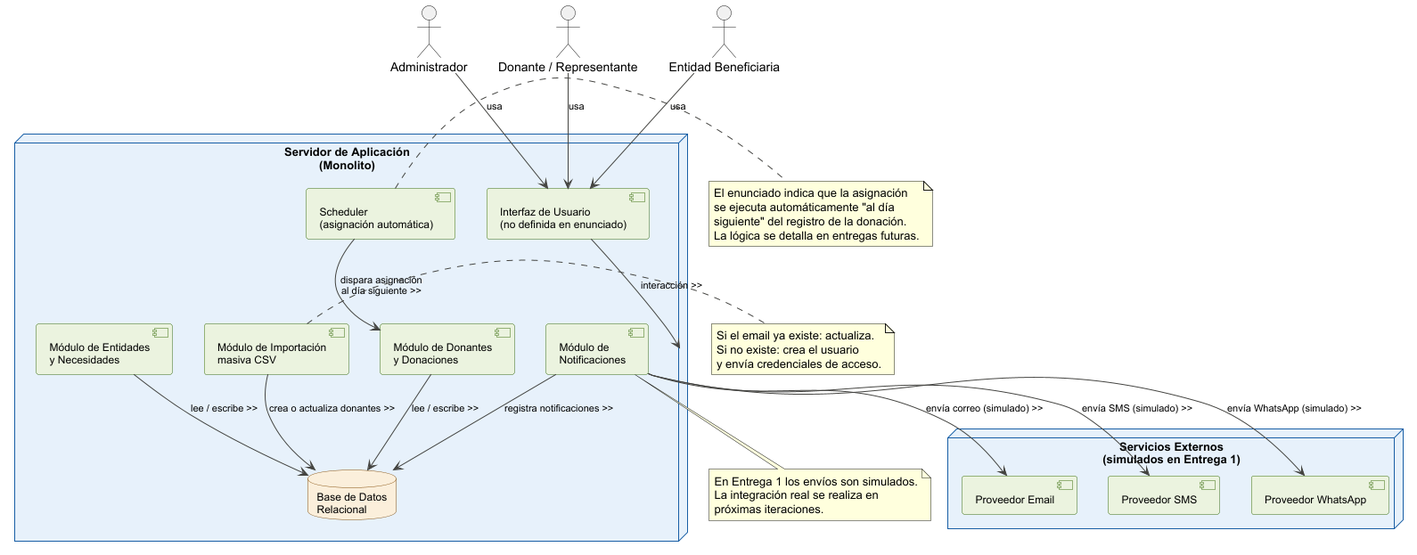
Earlier version of the PlantUML export Diagramas/diagramaDeDespliegue.png (snmaccio-dev/TPA-DDS). The source it was exported from:
```plantuml
@startuml

skinparam node {
  BackgroundColor #E6F1FB
  BorderColor #185FA5
  FontName Arial
  FontSize 13
}
skinparam component {
  BackgroundColor #EAF3DE
  BorderColor #3B6D11
  FontName Arial
  FontSize 12
}
skinparam database {
  BackgroundColor #FAEEDA
  BorderColor #854F0B
  FontName Arial
  FontSize 12
}
skinparam arrow {
  Color #444441
  FontName Arial
  FontSize 11
}

actor "Administrador" as admin
actor "Donante / Representante" as donante
actor "Entidad Beneficiaria" as beneficiaria


node "Servidor de Aplicación\n(Monolito)" as appserver {
component "Interfaz de Usuario\n(no definida en enunciado)" as ui
  component "Módulo de Donantes\ny Donaciones" as modDonaciones
  component "Módulo de Entidades\ny Necesidades" as modEntidades
  component "Módulo de Importación\nmasiva CSV" as modCSV
  component "Módulo de\nNotificaciones" as modNotif
  component "Scheduler\n(asignación automática)" as scheduler
  database "Base de Datos\nRelacional" as db
}

database "Base de Datos\nRelacional" as db

node "Servicios Externos\n(simulados en Entrega 1)" as external {
  component "Proveedor Email" as emailSvc
  component "Proveedor SMS" as smsSvc
  component "Proveedor WhatsApp" as waSvc
}

admin --> ui : usa
donante --> ui : usa
beneficiaria --> ui : usa

ui --> appserver : interacción >>

modDonaciones --> db : lee / escribe >>
modEntidades --> db : lee / escribe >>
modCSV --> db : crea o actualiza donantes >>
modNotif --> db : registra notificaciones >>
scheduler --> modDonaciones : dispara asignación\nal día siguiente >>

modNotif --> emailSvc : envía correo (simulado) >>
modNotif --> smsSvc : envía SMS (simulado) >>
modNotif --> waSvc : envía WhatsApp (simulado) >>

note right of scheduler
  El enunciado indica que la asignación
  se ejecuta automáticamente "al día
  siguiente" del registro de la donación.
  La lógica se detalla en entregas futuras.
end note

note right of modCSV
  Si el email ya existe: actualiza.
  Si no existe: crea el usuario
  y envía credenciales de acceso.
end note

note bottom of modNotif
  En Entrega 1 los envíos son simulados.
  La integración real se realiza en
  próximas iteraciones.
end note

@enduml
```
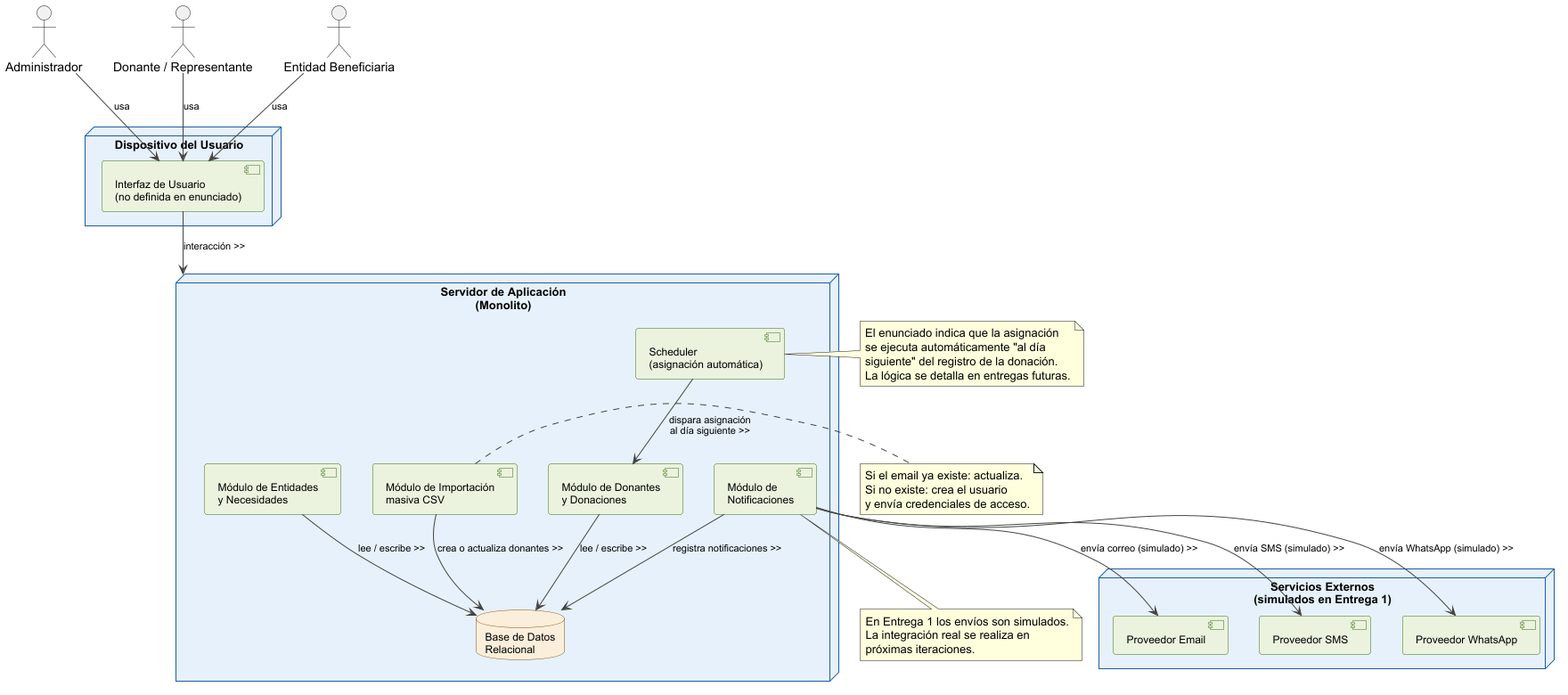
After the change.

Commit message:
Cambios en el diagrama de despliegue

Change to the diagram source:
```diff
@@ -28,9 +28,11 @@
 actor "Donante / Representante" as donante
 actor "Entidad Beneficiaria" as beneficiaria
 
+node "Dispositivo del Usuario" as cliente {
+  component "Interfaz de Usuario\n(no definida en enunciado)" as ui
+}
 
 node "Servidor de Aplicación\n(Monolito)" as appserver {
-component "Interfaz de Usuario\n(no definida en enunciado)" as ui
   component "Módulo de Donantes\ny Donaciones" as modDonaciones
   component "Módulo de Entidades\ny Necesidades" as modEntidades
   component "Módulo de Importación\nmasiva CSV" as modCSV
```
